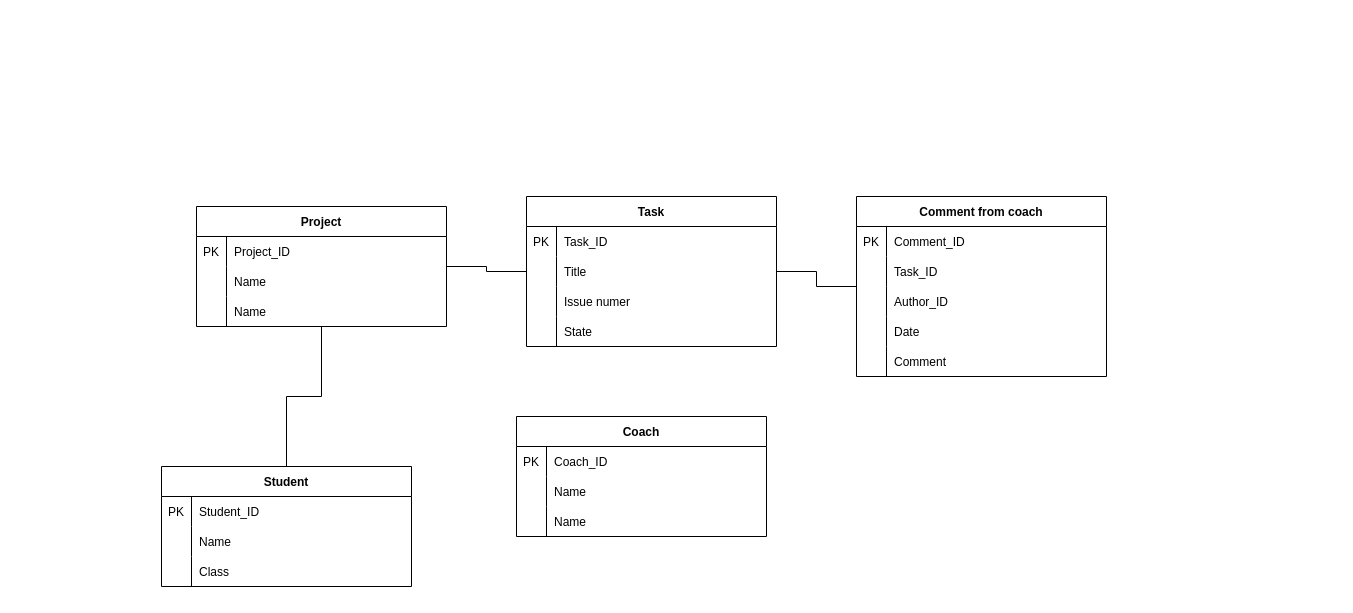
This is ERD_tasks.drawio from harrahx3/PNC_quiz, a draw.io file, before an edit. Source tidied: cells renumbered, new cells numbered last; positions are measured from the earlier drawing's top-left corner, leaving out a move shared by most shapes. Both pictures are drawn from the tidied source at 100%, with x=0, y=0 at pixel (161, 196).
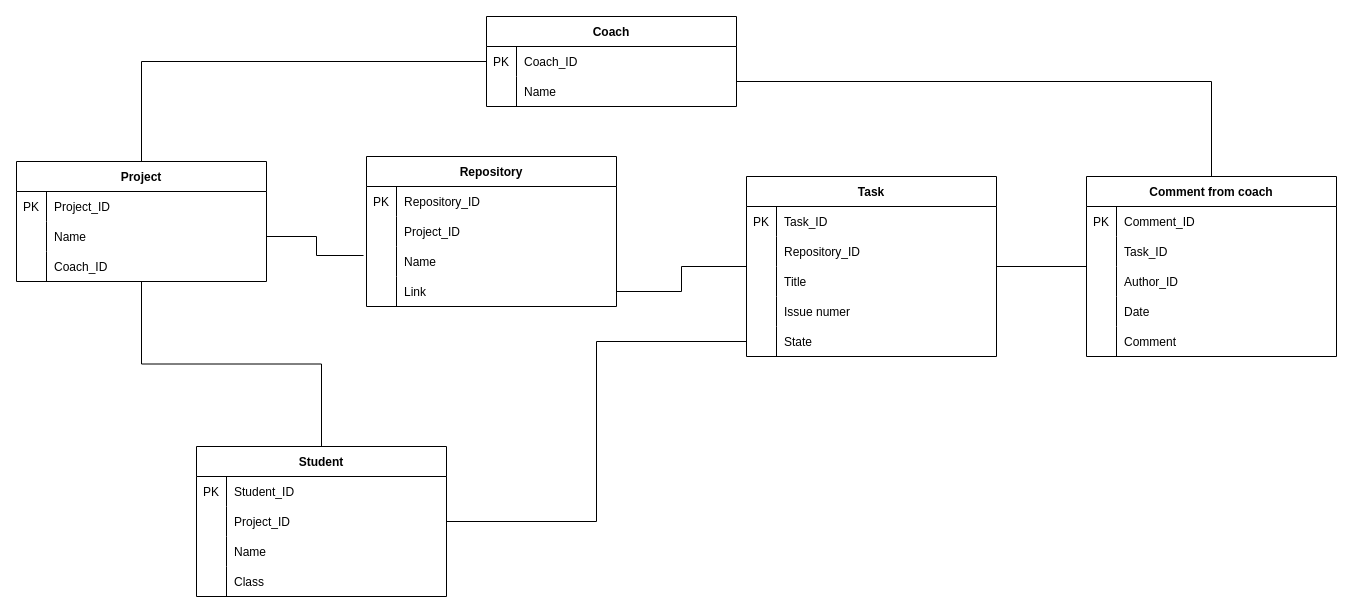
Above is the later version.

The change refers to these unchanged cells:
```xml
<mxCell id="3" style="shape=partialRectangle;fillColor=none;points=[[0,0.5],[1,0.5]];portConstraint=eastwest;top=0;left=0;right=0;bottom=0;" parent="2" vertex="1">
  <mxGeometry y="30" width="250" height="30" as="geometry" />
</mxCell>
<mxCell id="6" style="shape=partialRectangle;fillColor=none;points=[[0,0.5],[1,0.5]];portConstraint=eastwest;top=0;left=0;right=0;bottom=0;" parent="2" vertex="1">
  <mxGeometry y="60" width="250" height="30" as="geometry" />
</mxCell>
<mxCell id="18" style="shape=partialRectangle;fillColor=none;points=[[0,0.5],[1,0.5]];portConstraint=eastwest;top=0;left=0;right=0;bottom=0;" parent="14" vertex="1">
  <mxGeometry y="60" width="250" height="30" as="geometry" />
</mxCell>
<mxCell id="28" style="shape=partialRectangle;fillColor=none;points=[[0,0.5],[1,0.5]];portConstraint=eastwest;top=0;left=0;right=0;bottom=0;" parent="24" vertex="1">
  <mxGeometry y="60" width="250" height="30" as="geometry" />
</mxCell>
```

Diff of the diagram source:
```diff
@@
     <mxCell id="2" value="Coach" style="shape=table;startSize=30;childLayout=tableLayout;rowLines=0;fontStyle=1;align=center;" parent="1" vertex="1">
-      <mxGeometry x="355" y="220" width="250" height="120" as="geometry" />
+      <mxGeometry x="325" y="-180" width="250" height="90" as="geometry" />
     </mxCell>
@@
-    <mxCell id="9" style="shape=partialRectangle;fillColor=none;top=0;left=0;right=0;bottom=0;" parent="2" vertex="1">
-      <mxGeometry y="90" width="250" height="30" as="geometry" />
-    </mxCell>
-    <mxCell id="10" style="shape=partialRectangle;overflow=hidden;fillColor=none;top=0;left=0;bottom=0;right=0;" parent="9" vertex="1">
-      <mxGeometry width="30" height="30" as="geometry" />
-    </mxCell>
-    <mxCell id="11" value="Name" style="shape=partialRectangle;overflow=hidden;fillColor=none;top=0;left=0;bottom=0;right=0;align=left;spacingLeft=6;" parent="9" vertex="1">
-      <mxGeometry x="30" width="220" height="30" as="geometry" />
-    </mxCell>
@@
-    <mxCell id="13" style="edgeStyle=orthogonalEdgeStyle;rounded=0;jettySize=auto;html=1;startArrow=none;startFill=0;endArrow=none;endFill=0;" parent="1" edge="1" source="14" target="35">
+    <mxCell id="13" style="edgeStyle=orthogonalEdgeStyle;rounded=0;jettySize=auto;html=1;startArrow=none;startFill=0;endArrow=none;endFill=0;exitX=1;exitY=0.5;exitDx=0;exitDy=0;" parent="1" edge="1" source="86" target="35">
       <mxGeometry relative="1" as="geometry" />
     </mxCell>
     <mxCell id="14" value="Project" style="shape=table;startSize=30;childLayout=tableLayout;rowLines=0;fontStyle=1;align=center;" parent="1" vertex="1">
-      <mxGeometry x="35" y="10" width="250" height="120" as="geometry" />
+      <mxGeometry x="-145" y="-35" width="250" height="120" as="geometry" />
     </mxCell>
@@
-    <mxCell id="21" style="shape=partialRectangle;fillColor=none;top=0;left=0;right=0;bottom=0;" parent="14" vertex="1">
-      <mxGeometry y="90" width="250" height="30" as="geometry" />
-    </mxCell>
-    <mxCell id="22" style="shape=partialRectangle;overflow=hidden;fillColor=none;top=0;left=0;bottom=0;right=0;" parent="21" vertex="1">
-      <mxGeometry width="30" height="30" as="geometry" />
-    </mxCell>
-    <mxCell id="23" value="Name" style="shape=partialRectangle;overflow=hidden;fillColor=none;top=0;left=0;bottom=0;right=0;align=left;spacingLeft=6;" parent="21" vertex="1">
-      <mxGeometry x="30" width="220" height="30" as="geometry" />
-    </mxCell>
+    <mxCell id="64" style="shape=partialRectangle;fillColor=none;top=0;left=0;right=0;bottom=0;" parent="14" vertex="1">
+      <mxGeometry y="90" width="250" height="30" as="geometry" />
+    </mxCell>
+    <mxCell id="65" style="shape=partialRectangle;overflow=hidden;fillColor=none;top=0;left=0;bottom=0;right=0;" parent="64" vertex="1">
+      <mxGeometry width="30" height="30" as="geometry" />
+    </mxCell>
+    <mxCell id="66" value="Coach_ID" style="shape=partialRectangle;overflow=hidden;fillColor=none;top=0;left=0;bottom=0;right=0;align=left;spacingLeft=6;" parent="64" vertex="1">
+      <mxGeometry x="30" width="220" height="30" as="geometry" />
+    </mxCell>
     <mxCell id="24" value="Student" style="shape=table;startSize=30;childLayout=tableLayout;rowLines=0;fontStyle=1;align=center;" parent="1" vertex="1">
-      <mxGeometry y="270" width="250" height="120" as="geometry" />
+      <mxGeometry x="35" y="250" width="250" height="150" as="geometry" />
     </mxCell>
@@
-    <mxCell id="30" value="Name" style="shape=partialRectangle;overflow=hidden;fillColor=none;top=0;left=0;bottom=0;right=0;align=left;spacingLeft=6;" parent="28" vertex="1">
+    <mxCell id="30" value="Project_ID" style="shape=partialRectangle;overflow=hidden;fillColor=none;top=0;left=0;bottom=0;right=0;align=left;spacingLeft=6;" parent="28" vertex="1">
       <mxGeometry x="30" width="220" height="30" as="geometry" />
     </mxCell>
+    <mxCell id="67" style="shape=partialRectangle;fillColor=none;top=0;left=0;right=0;bottom=0;" parent="24" vertex="1">
+      <mxGeometry y="90" width="250" height="30" as="geometry" />
+    </mxCell>
+    <mxCell id="68" style="shape=partialRectangle;overflow=hidden;fillColor=none;top=0;left=0;bottom=0;right=0;" parent="67" vertex="1">
+      <mxGeometry width="30" height="30" as="geometry" />
+    </mxCell>
+    <mxCell id="69" value="Name" style="shape=partialRectangle;overflow=hidden;fillColor=none;top=0;left=0;bottom=0;right=0;align=left;spacingLeft=6;" parent="67" vertex="1">
+      <mxGeometry x="30" width="220" height="30" as="geometry" />
+    </mxCell>
     <mxCell id="31" style="shape=partialRectangle;fillColor=none;top=0;left=0;right=0;bottom=0;" parent="24" vertex="1">
-      <mxGeometry y="90" width="250" height="30" as="geometry" />
+      <mxGeometry y="120" width="250" height="30" as="geometry" />
     </mxCell>
@@
     <mxCell id="35" value="Task" style="shape=table;startSize=30;childLayout=tableLayout;rowLines=0;fontStyle=1;align=center;" parent="1" vertex="1">
-      <mxGeometry x="365" width="250" height="150" as="geometry" />
+      <mxGeometry x="585" y="-20" width="250" height="180" as="geometry" />
     </mxCell>
@@
+    <mxCell id="70" style="shape=partialRectangle;fillColor=none;top=0;left=0;right=0;bottom=0;" parent="35" vertex="1">
+      <mxGeometry y="60" width="250" height="30" as="geometry" />
+    </mxCell>
+    <mxCell id="71" style="shape=partialRectangle;overflow=hidden;fillColor=none;top=0;left=0;bottom=0;right=0;" parent="70" vertex="1">
+      <mxGeometry width="30" height="30" as="geometry" />
+    </mxCell>
+    <mxCell id="72" value="Repository_ID" style="shape=partialRectangle;overflow=hidden;fillColor=none;top=0;left=0;bottom=0;right=0;align=left;spacingLeft=6;" parent="70" vertex="1">
+      <mxGeometry x="30" width="220" height="30" as="geometry" />
+    </mxCell>
     <mxCell id="39" style="shape=partialRectangle;fillColor=none;top=0;left=0;right=0;bottom=0;" parent="35" vertex="1">
-      <mxGeometry y="60" width="250" height="30" as="geometry" />
+      <mxGeometry y="90" width="250" height="30" as="geometry" />
     </mxCell>
@@
     <mxCell id="42" style="shape=partialRectangle;fillColor=none;top=0;left=0;right=0;bottom=0;" parent="35" vertex="1">
-      <mxGeometry y="90" width="250" height="30" as="geometry" />
+      <mxGeometry y="120" width="250" height="30" as="geometry" />
     </mxCell>
@@
     <mxCell id="45" style="shape=partialRectangle;fillColor=none;points=[[0,0.5],[1,0.5]];portConstraint=eastwest;top=0;left=0;right=0;bottom=0;" parent="35" vertex="1">
-      <mxGeometry y="120" width="250" height="30" as="geometry" />
+      <mxGeometry y="150" width="250" height="30" as="geometry" />
     </mxCell>
@@
     <mxCell id="48" value="Comment from coach" style="shape=table;startSize=30;childLayout=tableLayout;rowLines=0;fontStyle=1;align=center;" parent="1" vertex="1">
-      <mxGeometry x="695" width="250" height="180" as="geometry" />
+      <mxGeometry x="925" y="-20" width="250" height="180" as="geometry" />
     </mxCell>
@@
+    <mxCell id="73" style="edgeStyle=orthogonalEdgeStyle;rounded=0;jettySize=auto;html=1;startArrow=none;startFill=0;endArrow=none;endFill=0;exitX=0;exitY=0.5;exitDx=0;exitDy=0;" parent="1" edge="1" source="3" target="14">
+      <mxGeometry relative="1" as="geometry" />
+    </mxCell>
+    <mxCell id="74" style="edgeStyle=orthogonalEdgeStyle;rounded=0;jettySize=auto;html=1;startArrow=none;startFill=0;endArrow=none;endFill=0;exitX=1;exitY=0.167;exitDx=0;exitDy=0;exitPerimeter=0;entryX=0.5;entryY=0;entryDx=0;entryDy=0;" parent="1" edge="1" source="6" target="48">
+      <mxGeometry relative="1" as="geometry" />
+    </mxCell>
+    <mxCell id="75" style="edgeStyle=orthogonalEdgeStyle;rounded=0;jettySize=auto;html=1;startArrow=none;startFill=0;endArrow=none;endFill=0;entryX=1;entryY=0.5;entryDx=0;entryDy=0;" parent="1" edge="1" source="45" target="28">
+      <mxGeometry relative="1" as="geometry" />
+    </mxCell>
+    <mxCell id="76" value="Repository" style="shape=table;startSize=30;childLayout=tableLayout;rowLines=0;fontStyle=1;align=center;" parent="1" vertex="1">
+      <mxGeometry x="205" y="-40" width="250" height="150" as="geometry" />
+    </mxCell>
+    <mxCell id="77" style="shape=partialRectangle;fillColor=none;top=0;left=0;right=0;bottom=0;" parent="76" vertex="1">
+      <mxGeometry y="30" width="250" height="30" as="geometry" />
+    </mxCell>
+    <mxCell id="78" value="PK" style="shape=partialRectangle;overflow=hidden;fillColor=none;top=0;left=0;bottom=0;right=0;" parent="77" vertex="1">
+      <mxGeometry width="30" height="30" as="geometry" />
+    </mxCell>
+    <mxCell id="79" value="Repository_ID" style="shape=partialRectangle;overflow=hidden;fillColor=none;top=0;left=0;bottom=0;right=0;align=left;spacingLeft=6;" parent="77" vertex="1">
+      <mxGeometry x="30" width="220" height="30" as="geometry" />
+    </mxCell>
+    <mxCell id="80" style="shape=partialRectangle;fillColor=none;top=0;left=0;right=0;bottom=0;" parent="76" vertex="1">
+      <mxGeometry y="60" width="250" height="30" as="geometry" />
+    </mxCell>
+    <mxCell id="81" style="shape=partialRectangle;overflow=hidden;fillColor=none;top=0;left=0;bottom=0;right=0;" parent="80" vertex="1">
+      <mxGeometry width="30" height="30" as="geometry" />
+    </mxCell>
+    <mxCell id="82" value="Project_ID" style="shape=partialRectangle;overflow=hidden;fillColor=none;top=0;left=0;bottom=0;right=0;align=left;spacingLeft=6;" parent="80" vertex="1">
+      <mxGeometry x="30" width="220" height="30" as="geometry" />
+    </mxCell>
+    <mxCell id="83" style="shape=partialRectangle;fillColor=none;points=[[0,0.5],[1,0.5]];portConstraint=eastwest;top=0;left=0;right=0;bottom=0;" parent="76" vertex="1">
+      <mxGeometry y="90" width="250" height="30" as="geometry" />
+    </mxCell>
+    <mxCell id="84" style="shape=partialRectangle;overflow=hidden;fillColor=none;top=0;left=0;bottom=0;right=0;" parent="83" vertex="1">
+      <mxGeometry width="30" height="30" as="geometry" />
+    </mxCell>
+    <mxCell id="85" value="Name" style="shape=partialRectangle;overflow=hidden;fillColor=none;top=0;left=0;bottom=0;right=0;align=left;spacingLeft=6;" parent="83" vertex="1">
+      <mxGeometry x="30" width="220" height="30" as="geometry" />
+    </mxCell>
+    <mxCell id="86" style="shape=partialRectangle;fillColor=none;points=[[0,0.5],[1,0.5]];portConstraint=eastwest;top=0;left=0;right=0;bottom=0;" parent="76" vertex="1">
+      <mxGeometry y="120" width="250" height="30" as="geometry" />
+    </mxCell>
+    <mxCell id="87" style="shape=partialRectangle;overflow=hidden;fillColor=none;top=0;left=0;bottom=0;right=0;" parent="86" vertex="1">
+      <mxGeometry width="30" height="30" as="geometry" />
+    </mxCell>
+    <mxCell id="88" value="Link" style="shape=partialRectangle;overflow=hidden;fillColor=none;top=0;left=0;bottom=0;right=0;align=left;spacingLeft=6;" parent="86" vertex="1">
+      <mxGeometry x="30" width="220" height="30" as="geometry" />
+    </mxCell>
+    <mxCell id="89" style="edgeStyle=orthogonalEdgeStyle;rounded=0;jettySize=auto;html=1;startArrow=none;startFill=0;endArrow=none;endFill=0;exitX=1;exitY=0.5;exitDx=0;exitDy=0;entryX=-0.012;entryY=0.3;entryDx=0;entryDy=0;entryPerimeter=0;" parent="1" edge="1" source="18" target="83">
+      <mxGeometry relative="1" as="geometry" />
+    </mxCell>
```
